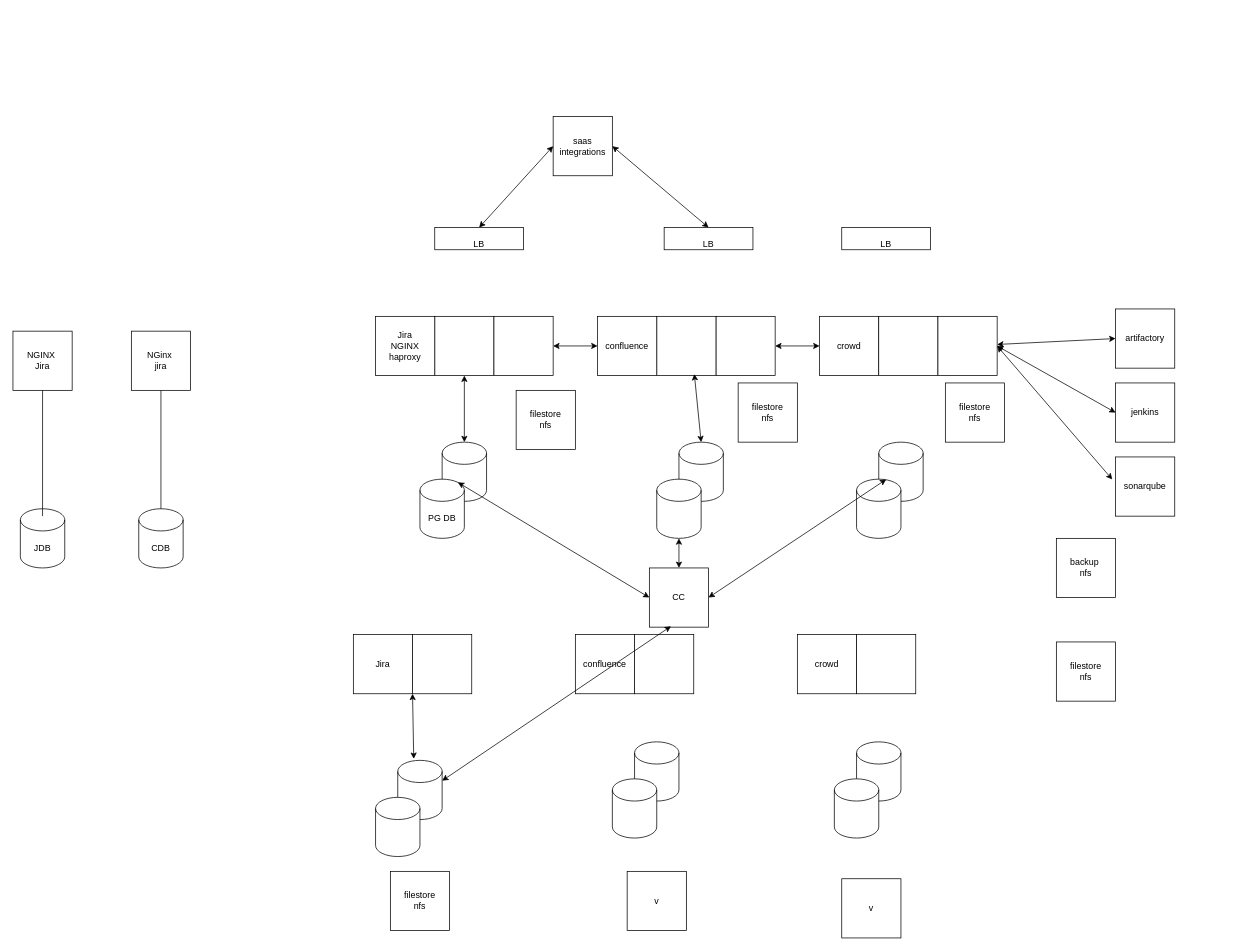
Before: Untitled Diagram.drawio in clarklwilliamson/diagrams, a draw.io diagram. Source tidied: cells renumbered, new cells numbered last; positions are measured from the earlier drawing's top-left corner, leaving out a move shared by most shapes. Both pictures are drawn from the tidied source at 74%, with x=0, y=0 at pixel (13, 116).
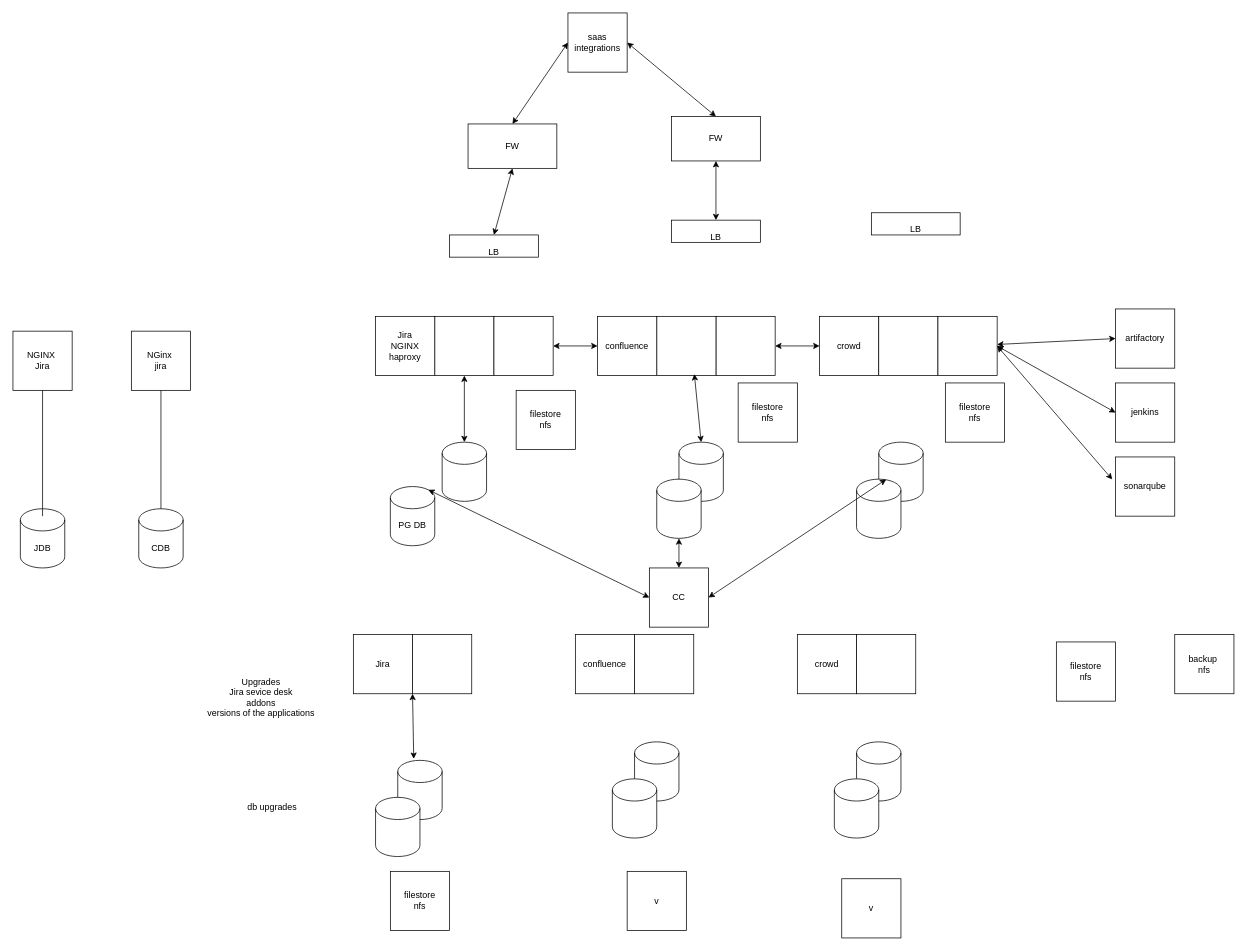
Above is the later version.

The change refers to these unchanged cells:
```xml
<mxCell id="23" style="shape=cylinder3;whiteSpace=wrap;html=1;boundedLbl=1;backgroundOutline=1;size=15;" parent="1" vertex="1">
  <mxGeometry x="520" y="870" width="60" height="80" as="geometry" />
</mxCell>
<mxCell id="42" value="CC&lt;br&gt;" style="whiteSpace=wrap;html=1;" parent="1" vertex="1">
  <mxGeometry x="860" y="610" width="80" height="80" as="geometry" />
</mxCell>
```

The edit, as a diff of the source:
```diff
@@
     <mxCell id="9" value="PG DB&lt;br&gt;" style="shape=cylinder3;whiteSpace=wrap;html=1;boundedLbl=1;backgroundOutline=1;size=15;" parent="1" vertex="1">
-      <mxGeometry x="550" y="490" width="60" height="80" as="geometry" />
+      <mxGeometry x="510" y="500" width="60" height="80" as="geometry" />
     </mxCell>
@@
     <mxCell id="35" value="&lt;br&gt;LB" style="rounded=0;whiteSpace=wrap;html=1;" parent="1" vertex="1">
-      <mxGeometry x="570" y="150" width="120" height="30" as="geometry" />
+      <mxGeometry x="590" y="160" width="120" height="30" as="geometry" />
     </mxCell>
     <mxCell id="36" value="&lt;br&gt;LB" style="rounded=0;whiteSpace=wrap;html=1;" parent="1" vertex="1">
-      <mxGeometry x="880" y="150" width="120" height="30" as="geometry" />
+      <mxGeometry x="890" y="140" width="120" height="30" as="geometry" />
     </mxCell>
     <mxCell id="37" value="&lt;br&gt;LB" style="rounded=0;whiteSpace=wrap;html=1;" parent="1" vertex="1">
-      <mxGeometry x="1120" y="150" width="120" height="30" as="geometry" />
+      <mxGeometry x="1160" y="130" width="120" height="30" as="geometry" />
     </mxCell>
     <mxCell id="38" value="saas integrations" style="whiteSpace=wrap;html=1;" parent="1" vertex="1">
-      <mxGeometry x="730" width="80" height="80" as="geometry" />
+      <mxGeometry x="750" y="-140" width="80" height="80" as="geometry" />
     </mxCell>
-    <mxCell id="39" style="endArrow=classic;startArrow=classic;html=1;rounded=0;entryX=0;entryY=0.5;entryDx=0;entryDy=0;exitX=0.5;exitY=0;exitDx=0;exitDy=0;" parent="1" edge="1" source="35" target="38">
+    <mxCell id="39" style="endArrow=classic;startArrow=classic;html=1;rounded=0;entryX=0;entryY=0.5;entryDx=0;entryDy=0;exitX=0.5;exitY=0;exitDx=0;exitDy=0;" parent="1" edge="1" source="66" target="38">
       <mxGeometry relative="1" as="geometry" />
     </mxCell>
@@
-    <mxCell id="48" style="endArrow=classic;startArrow=classic;html=1;rounded=0;entryX=0.365;entryY=0.985;entryDx=0;entryDy=0;entryPerimeter=0;exitX=1;exitY=0;exitDx=0;exitDy=27.5;exitPerimeter=0;" parent="1" edge="1" source="23" target="42">
-      <mxGeometry relative="1" as="geometry" />
-    </mxCell>
@@
     <mxCell id="52" value="backup&amp;nbsp;&lt;br&gt;nfs" style="whiteSpace=wrap;html=1;" parent="1" vertex="1">
-      <mxGeometry x="1410" y="570" width="80" height="80" as="geometry" />
+      <mxGeometry x="1570" y="700" width="80" height="80" as="geometry" />
     </mxCell>
@@
-    <mxCell id="64" style="endArrow=classic;startArrow=classic;html=1;rounded=0;entryX=1;entryY=0.5;entryDx=0;entryDy=0;exitX=0.5;exitY=0;exitDx=0;exitDy=0;" parent="1" edge="1" source="36" target="38">
+    <mxCell id="64" style="endArrow=classic;startArrow=classic;html=1;rounded=0;entryX=1;entryY=0.5;entryDx=0;entryDy=0;exitX=0.5;exitY=0;exitDx=0;exitDy=0;" parent="1" edge="1" source="67" target="38">
       <mxGeometry relative="1" as="geometry" />
     </mxCell>
+    <mxCell id="65" style="endArrow=classic;startArrow=classic;html=1;rounded=0;entryX=0.5;entryY=1;entryDx=0;entryDy=0;exitX=0.5;exitY=0;exitDx=0;exitDy=0;" parent="1" edge="1" source="35" target="66">
+      <mxGeometry relative="1" as="geometry" />
+    </mxCell>
+    <mxCell id="66" value="FW" style="rounded=0;whiteSpace=wrap;html=1;" parent="1" vertex="1">
+      <mxGeometry x="615" y="10" width="120" height="60" as="geometry" />
+    </mxCell>
+    <mxCell id="67" value="FW" style="rounded=0;whiteSpace=wrap;html=1;" parent="1" vertex="1">
+      <mxGeometry x="890" width="120" height="60" as="geometry" />
+    </mxCell>
+    <mxCell id="68" style="endArrow=classic;startArrow=classic;html=1;rounded=0;entryX=0.5;entryY=1;entryDx=0;entryDy=0;exitX=0.5;exitY=0;exitDx=0;exitDy=0;" parent="1" edge="1" source="36" target="67">
+      <mxGeometry relative="1" as="geometry" />
+    </mxCell>
+    <mxCell id="69" value="Upgrades&lt;br&gt;Jira sevice desk&lt;br&gt;addons&lt;br&gt;versions of the applications&lt;br&gt;" style="text;html=1;align=center;verticalAlign=middle;strokeColor=none;fillColor=none;" parent="1" vertex="1">
+      <mxGeometry x="250" y="750" width="170" height="70" as="geometry" />
+    </mxCell>
+    <mxCell id="70" value="db upgrades" style="text;html=1;align=center;verticalAlign=middle;strokeColor=none;fillColor=none;" parent="1" vertex="1">
+      <mxGeometry x="305" y="918" width="90" height="30" as="geometry" />
+    </mxCell>
```
